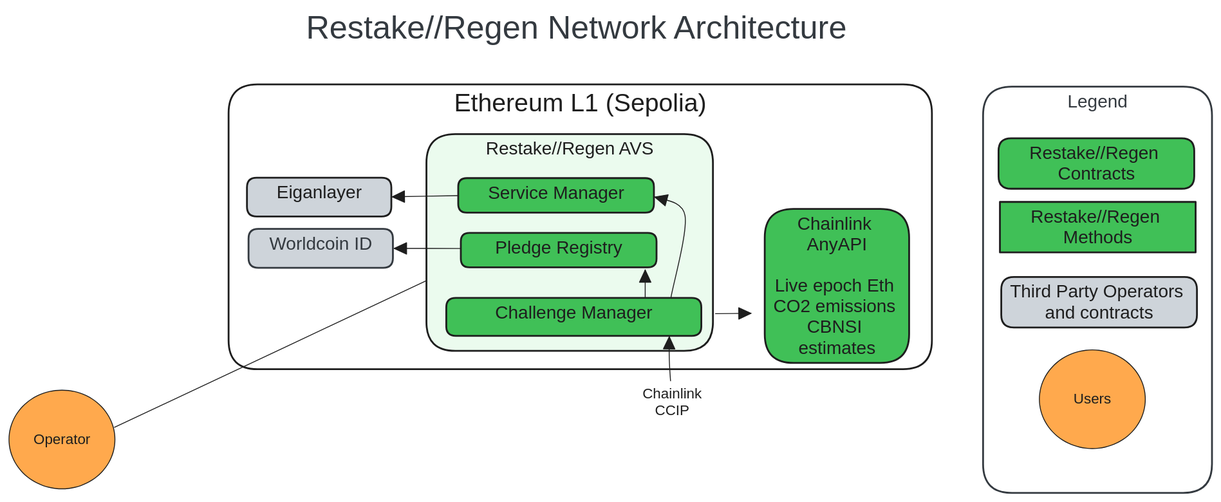
Before: figures/L1_network_diagram.excalidraw.svg, a diagram exported from Excalidraw (willemolding/Restake-Regen). Source tidied: one line per element, renumbered; positions are measured from the earlier drawing's top-left corner, leaving out a move shared by most shapes. Source of this version:
```json
{"id": 0, "type": "arrow", "strokeColor": "#1e1e1e", "strokeWidth": 1, "roughness": 0, "endArrowhead": "triangle", "round": true, "from": 22, "to": 11, "x": 117, "y": 464, "width": 382, "height": 180, "points": [[0, 0], [382, -180]]}
{"id": 1, "type": "rectangle", "strokeColor": "#1e1e1e", "strokeWidth": 2, "roughness": 0, "round": true, "x": 244, "y": 84, "width": 781, "height": 316}
{"id": 2, "type": "text", "text": "Ethereum L1 (Sepolia)", "strokeColor": "#1e1e1e", "strokeWidth": 2, "roughness": 0, "fontSize": 28, "fontFamily": 2, "textAlign": "center", "inside": 1, "x": 494, "y": 89, "width": 280, "height": 32}
{"id": 3, "type": "rectangle", "strokeColor": "#1e1e1e", "backgroundColor": "#ced4da", "fillStyle": "solid", "strokeWidth": 2, "roughness": 0, "round": true, "x": 264, "y": 187, "width": 160, "height": 43}
{"id": 4, "type": "text", "text": "Eiganlayer", "strokeColor": "#1e1e1e", "strokeWidth": 2, "roughness": 0, "fontSize": 20, "fontFamily": 2, "textAlign": "center", "inside": 3, "x": 297, "y": 192, "width": 95, "height": 23}
{"id": 5, "type": "rectangle", "strokeColor": "#1e1e1e", "backgroundColor": "#ebfbee", "fillStyle": "solid", "strokeWidth": 2, "roughness": 0, "round": true, "x": 463, "y": 139, "width": 318, "height": 241}
{"id": 6, "type": "text", "text": "Restake//Regen AVS\n\n\n\n", "strokeColor": "#1e1e1e", "strokeWidth": 2, "roughness": 0, "fontSize": 20, "fontFamily": 2, "textAlign": "center", "inside": 5, "x": 529, "y": 144, "width": 188, "height": 115}
{"id": 7, "type": "rectangle", "strokeColor": "#343a40", "backgroundColor": "#ced4da", "fillStyle": "solid", "strokeWidth": 2, "roughness": 0, "round": true, "x": 266, "y": 244, "width": 160, "height": 43}
{"id": 8, "type": "text", "text": "Worldcoin ID", "strokeColor": "#343a40", "strokeWidth": 2, "roughness": 0, "fontSize": 20, "fontFamily": 2, "textAlign": "center", "inside": 7, "x": 289, "y": 249, "width": 114, "height": 23}
{"id": 9, "type": "rectangle", "strokeColor": "#1e1e1e", "backgroundColor": "#40c057", "fillStyle": "solid", "strokeWidth": 2, "roughness": 0, "round": true, "x": 839, "y": 222, "width": 160, "height": 171}
{"id": 10, "type": "text", "text": "Chainlink \nAnyAPI\n\nLive epoch Eth \nCO2 emissions \nCBNSI \nestimates", "strokeColor": "#1e1e1e", "strokeWidth": 2, "roughness": 0, "fontSize": 20, "fontFamily": 2, "textAlign": "center", "inside": 9, "x": 848, "y": 227, "width": 141, "height": 161}
{"id": 11, "type": "rectangle", "strokeColor": "#1e1e1e", "backgroundColor": "#40c057", "fillStyle": "solid", "strokeWidth": 2, "roughness": 0, "round": true, "x": 502, "y": 248, "width": 217, "height": 38}
{"id": 12, "type": "text", "text": "Pledge Registry", "strokeColor": "#1e1e1e", "strokeWidth": 2, "roughness": 0, "fontSize": 20, "fontFamily": 2, "textAlign": "center", "inside": 11, "x": 540, "y": 253, "width": 141, "height": 23}
{"id": 13, "type": "rectangle", "strokeColor": "#1e1e1e", "backgroundColor": "#40c057", "fillStyle": "solid", "strokeWidth": 2, "roughness": 0, "round": true, "x": 499, "y": 188, "width": 217, "height": 38}
{"id": 14, "type": "text", "text": "Service Manager", "strokeColor": "#1e1e1e", "strokeWidth": 2, "roughness": 0, "fontSize": 20, "fontFamily": 2, "textAlign": "center", "inside": 13, "x": 532, "y": 193, "width": 151, "height": 23}
{"id": 15, "type": "rectangle", "strokeColor": "#1e1e1e", "backgroundColor": "#40c057", "fillStyle": "solid", "strokeWidth": 2, "roughness": 0, "round": true, "x": 485, "y": 321, "width": 283, "height": 42}
{"id": 16, "type": "text", "text": "Challenge Manager", "strokeColor": "#1e1e1e", "strokeWidth": 2, "roughness": 0, "fontSize": 20, "fontFamily": 2, "textAlign": "center", "inside": 15, "x": 540, "y": 326, "width": 175, "height": 23}
{"id": 17, "type": "arrow", "strokeColor": "#1e1e1e", "strokeWidth": 1, "roughness": 0, "endArrowhead": "triangle", "round": true, "from": 13, "to": 3, "x": 498, "y": 207, "width": 72, "height": 1, "points": [[0, 0], [-72, 1]]}
{"id": 18, "type": "arrow", "strokeColor": "#1e1e1e", "strokeWidth": 1, "roughness": 0, "endArrowhead": "triangle", "round": true, "from": 11, "to": 7, "x": 501, "y": 266, "width": 73, "height": 0, "points": [[0, 0], [-73, 0]]}
{"id": 19, "type": "arrow", "strokeColor": "#1e1e1e", "strokeWidth": 1, "roughness": 0, "endArrowhead": "triangle", "round": true, "from": 15, "to": 11, "x": 706, "y": 320, "width": 0, "height": 30, "points": [[0, 0], [0, -30]]}
{"id": 20, "type": "arrow", "strokeColor": "#1e1e1e", "strokeWidth": 1, "roughness": 0, "endArrowhead": "triangle", "round": true, "from": 15, "to": 9, "x": 784, "y": 338, "width": 39, "height": 0, "points": [[0, 0], [39, 0]]}
{"id": 21, "type": "arrow", "strokeColor": "#1e1e1e", "strokeWidth": 1, "roughness": 0, "endArrowhead": "triangle", "round": true, "to": 15, "x": 738, "y": 459, "width": 5, "height": 96, "points": [[0, 0], [-5, -64], [-5, -96]]}
{"id": 22, "type": "ellipse", "strokeColor": "#1e1e1e", "backgroundColor": "#ffa94d", "fillStyle": "solid", "strokeWidth": 1, "roughness": 0, "x": 0, "y": 423, "width": 118, "height": 110}
{"id": 23, "type": "text", "text": "Operator", "strokeColor": "#1e1e1e", "strokeWidth": 1, "roughness": 0, "fontSize": 16, "fontFamily": 2, "textAlign": "center", "verticalAlign": "middle", "inside": 22, "x": 27, "y": 468, "width": 63, "height": 18}
{"id": 24, "type": "rectangle", "strokeColor": "#1e1e1e", "backgroundColor": "#40c057", "fillStyle": "solid", "strokeWidth": 2, "roughness": 0, "round": true, "x": 1098, "y": 143, "width": 217, "height": 56}
{"id": 25, "type": "text", "text": "Restake//Regen \nContracts", "strokeColor": "#1e1e1e", "strokeWidth": 2, "roughness": 0, "fontSize": 20, "fontFamily": 2, "textAlign": "center", "inside": 24, "x": 1132, "y": 148, "width": 149, "height": 46}
{"id": 26, "type": "rectangle", "strokeColor": "#343a40", "strokeWidth": 2, "roughness": 0, "round": true, "x": 1081, "y": 86, "width": 254, "height": 451}
{"id": 27, "type": "text", "text": "Legend", "strokeColor": "#343a40", "strokeWidth": 2, "roughness": 0, "fontSize": 20, "fontFamily": 2, "textAlign": "center", "inside": 26, "x": 1175, "y": 91, "width": 67, "height": 23}
{"id": 28, "type": "rectangle", "strokeColor": "#1e1e1e", "backgroundColor": "#40c057", "fillStyle": "solid", "strokeWidth": 2, "roughness": 0, "x": 1100, "y": 214, "width": 217, "height": 56}
{"id": 29, "type": "text", "text": "Restake//Regen \nMethods", "strokeColor": "#1e1e1e", "strokeWidth": 2, "roughness": 0, "fontSize": 20, "fontFamily": 2, "textAlign": "center", "inside": 28, "x": 1134, "y": 219, "width": 149, "height": 46}
{"id": 30, "type": "ellipse", "strokeColor": "#1e1e1e", "backgroundColor": "#ffa94d", "fillStyle": "solid", "strokeWidth": 1, "roughness": 0, "x": 1144, "y": 378, "width": 118, "height": 110}
{"id": 31, "type": "text", "text": "Users", "strokeColor": "#1e1e1e", "strokeWidth": 1, "roughness": 0, "fontSize": 16, "fontFamily": 2, "textAlign": "center", "verticalAlign": "middle", "inside": 30, "x": 1182, "y": 424, "width": 42, "height": 18}
{"id": 32, "type": "rectangle", "strokeColor": "#1e1e1e", "backgroundColor": "#ced4da", "fillStyle": "solid", "strokeWidth": 2, "roughness": 0, "round": true, "x": 1101, "y": 297, "width": 217, "height": 56}
{"id": 33, "type": "text", "text": "Third Party Operators \nand contracts", "strokeColor": "#1e1e1e", "strokeWidth": 2, "roughness": 0, "fontSize": 20, "fontFamily": 2, "textAlign": "center", "inside": 32, "x": 1111, "y": 302, "width": 198, "height": 46}
{"id": 34, "type": "rectangle", "strokeColor": "transparent", "backgroundColor": "#ffffff", "fillStyle": "solid", "strokeWidth": 1, "roughness": 0, "x": 687, "y": 413, "width": 98, "height": 47}
{"id": 35, "type": "text", "text": "Chainlink\nCCIP", "strokeColor": "#1e1e1e", "backgroundColor": "#ffffff", "fillStyle": "solid", "strokeWidth": 1, "roughness": 0, "fontSize": 16, "fontFamily": 2, "textAlign": "center", "verticalAlign": "middle", "inside": 34, "x": 703, "y": 418, "width": 66, "height": 37}
{"id": 36, "type": "text", "text": "Restake//Regen Network Architecture", "strokeColor": "#343a40", "backgroundColor": "#ced4da", "fillStyle": "solid", "strokeWidth": 1, "roughness": 0, "fontSize": 36, "fontFamily": 2, "textAlign": "center", "x": 329, "y": 0, "width": 602, "height": 41}
{"id": 37, "type": "arrow", "strokeColor": "#1e1e1e", "strokeWidth": 1, "roughness": 0, "endArrowhead": "triangle", "round": true, "from": 15, "to": 13, "x": 735, "y": 319, "width": 34, "height": 111, "points": [[0, 0], [16, -90], [-18, -111]]}
```
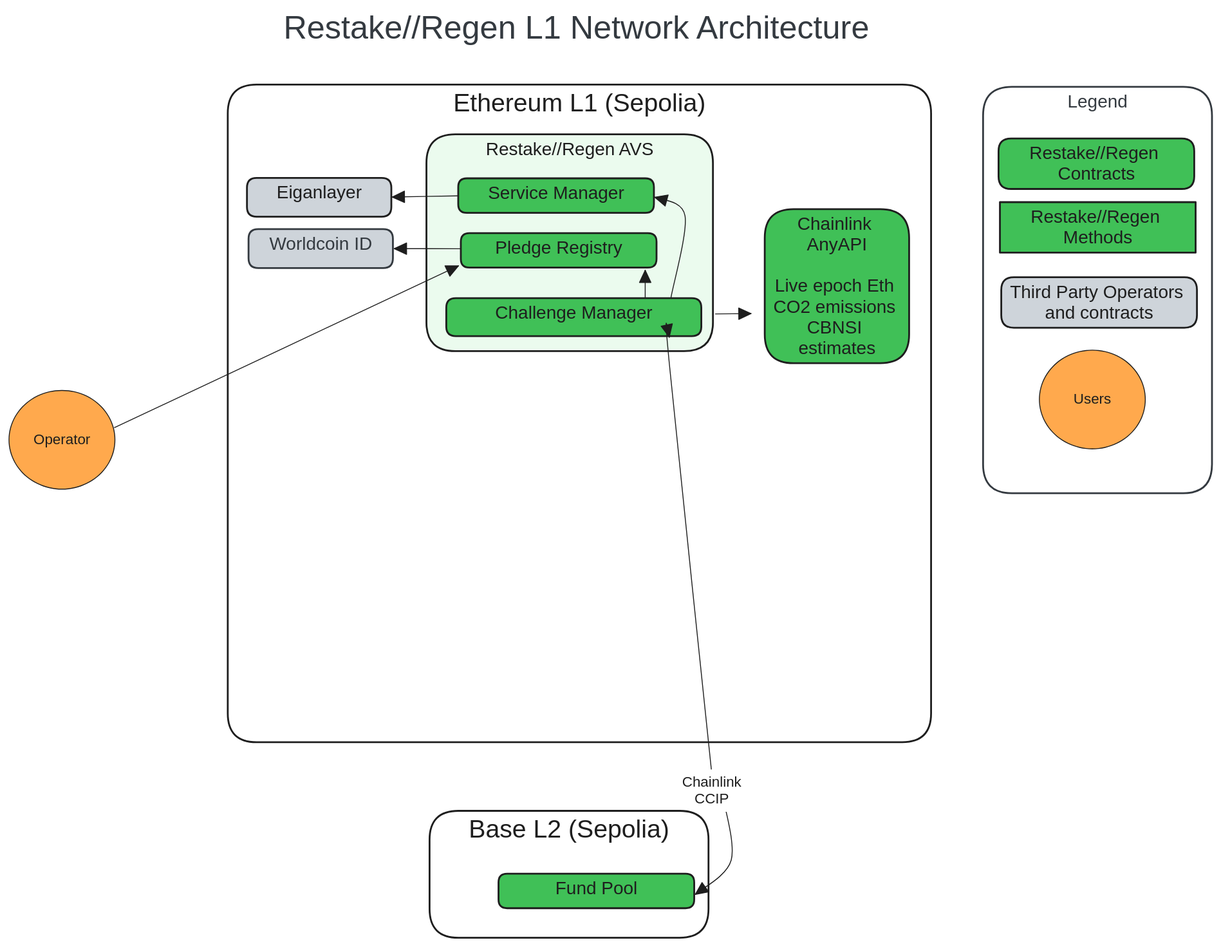
Later version of the same file.

Commit message:
Starting on  L1 and L2network diagrams

What changed in the source:
```diff
@@ -1,6 +1,6 @@
-{"id": 0, "type": "arrow", "strokeColor": "#1e1e1e", "strokeWidth": 1, "roughness": 0, "endArrowhead": "triangle", "round": true, "from": 22, "to": 11, "x": 117, "y": 464, "width": 382, "height": 180, "points": [[0, 0], [382, -180]]}
+{"id": 38, "type": "arrow", "strokeColor": "#1e1e1e", "strokeWidth": 1, "roughness": 0, "endArrowhead": "triangle", "round": true, "from": 39, "to": 41, "x": 792, "y": 872, "width": 40, "height": 110, "points": [[0, 0], [10, 72], [-30, 110]]}
-{"id": 1, "type": "rectangle", "strokeColor": "#1e1e1e", "strokeWidth": 2, "roughness": 0, "round": true, "x": 244, "y": 84, "width": 781, "height": 316}
+{"id": 1, "type": "rectangle", "strokeColor": "#1e1e1e", "strokeWidth": 2, "roughness": 0, "round": true, "x": 243, "y": 84, "width": 781, "height": 730}
-{"id": 2, "type": "text", "text": "Ethereum L1 (Sepolia)", "strokeColor": "#1e1e1e", "strokeWidth": 2, "roughness": 0, "fontSize": 28, "fontFamily": 2, "textAlign": "center", "inside": 1, "x": 494, "y": 89, "width": 280, "height": 32}
+{"id": 2, "type": "text", "text": "Ethereum L1 (Sepolia)", "strokeColor": "#1e1e1e", "strokeWidth": 2, "roughness": 0, "fontSize": 28, "fontFamily": 2, "textAlign": "center", "inside": 1, "x": 493, "y": 89, "width": 280, "height": 32}
 {"id": 3, "type": "rectangle", "strokeColor": "#1e1e1e", "backgroundColor": "#ced4da", "fillStyle": "solid", "strokeWidth": 2, "roughness": 0, "round": true, "x": 264, "y": 187, "width": 160, "height": 43}
 {"id": 4, "type": "text", "text": "Eiganlayer", "strokeColor": "#1e1e1e", "strokeWidth": 2, "roughness": 0, "fontSize": 20, "fontFamily": 2, "textAlign": "center", "inside": 3, "x": 297, "y": 192, "width": 95, "height": 23}
 {"id": 5, "type": "rectangle", "strokeColor": "#1e1e1e", "backgroundColor": "#ebfbee", "fillStyle": "solid", "strokeWidth": 2, "roughness": 0, "round": true, "x": 463, "y": 139, "width": 318, "height": 241}
@@ -19,7 +19,7 @@
 {"id": 18, "type": "arrow", "strokeColor": "#1e1e1e", "strokeWidth": 1, "roughness": 0, "endArrowhead": "triangle", "round": true, "from": 11, "to": 7, "x": 501, "y": 266, "width": 73, "height": 0, "points": [[0, 0], [-73, 0]]}
 {"id": 19, "type": "arrow", "strokeColor": "#1e1e1e", "strokeWidth": 1, "roughness": 0, "endArrowhead": "triangle", "round": true, "from": 15, "to": 11, "x": 706, "y": 320, "width": 0, "height": 30, "points": [[0, 0], [0, -30]]}
 {"id": 20, "type": "arrow", "strokeColor": "#1e1e1e", "strokeWidth": 1, "roughness": 0, "endArrowhead": "triangle", "round": true, "from": 15, "to": 9, "x": 784, "y": 338, "width": 39, "height": 0, "points": [[0, 0], [39, 0]]}
-{"id": 21, "type": "arrow", "strokeColor": "#1e1e1e", "strokeWidth": 1, "roughness": 0, "endArrowhead": "triangle", "round": true, "to": 15, "x": 738, "y": 459, "width": 5, "height": 96, "points": [[0, 0], [-5, -64], [-5, -96]]}
+{"id": 21, "type": "arrow", "strokeColor": "#1e1e1e", "strokeWidth": 1, "roughness": 0, "endArrowhead": "triangle", "round": true, "from": 39, "to": 15, "x": 784, "y": 886, "width": 51, "height": 522, "points": [[0, 0], [-51, -490], [-51, -522]]}
 {"id": 22, "type": "ellipse", "strokeColor": "#1e1e1e", "backgroundColor": "#ffa94d", "fillStyle": "solid", "strokeWidth": 1, "roughness": 0, "x": 0, "y": 423, "width": 118, "height": 110}
 {"id": 23, "type": "text", "text": "Operator", "strokeColor": "#1e1e1e", "strokeWidth": 1, "roughness": 0, "fontSize": 16, "fontFamily": 2, "textAlign": "center", "verticalAlign": "middle", "inside": 22, "x": 27, "y": 468, "width": 63, "height": 18}
 {"id": 24, "type": "rectangle", "strokeColor": "#1e1e1e", "backgroundColor": "#40c057", "fillStyle": "solid", "strokeWidth": 2, "roughness": 0, "round": true, "x": 1098, "y": 143, "width": 217, "height": 56}
@@ -32,7 +32,12 @@
 {"id": 31, "type": "text", "text": "Users", "strokeColor": "#1e1e1e", "strokeWidth": 1, "roughness": 0, "fontSize": 16, "fontFamily": 2, "textAlign": "center", "verticalAlign": "middle", "inside": 30, "x": 1182, "y": 424, "width": 42, "height": 18}
 {"id": 32, "type": "rectangle", "strokeColor": "#1e1e1e", "backgroundColor": "#ced4da", "fillStyle": "solid", "strokeWidth": 2, "roughness": 0, "round": true, "x": 1101, "y": 297, "width": 217, "height": 56}
 {"id": 33, "type": "text", "text": "Third Party Operators \nand contracts", "strokeColor": "#1e1e1e", "strokeWidth": 2, "roughness": 0, "fontSize": 20, "fontFamily": 2, "textAlign": "center", "inside": 32, "x": 1111, "y": 302, "width": 198, "height": 46}
-{"id": 34, "type": "rectangle", "strokeColor": "transparent", "backgroundColor": "#ffffff", "fillStyle": "solid", "strokeWidth": 1, "roughness": 0, "x": 687, "y": 413, "width": 98, "height": 47}
+{"id": 34, "type": "rectangle", "strokeColor": "transparent", "backgroundColor": "#ffffff", "fillStyle": "solid", "strokeWidth": 1, "roughness": 0, "x": 731, "y": 844, "width": 98, "height": 47}
-{"id": 35, "type": "text", "text": "Chainlink\nCCIP", "strokeColor": "#1e1e1e", "backgroundColor": "#ffffff", "fillStyle": "solid", "strokeWidth": 1, "roughness": 0, "fontSize": 16, "fontFamily": 2, "textAlign": "center", "verticalAlign": "middle", "inside": 34, "x": 703, "y": 418, "width": 66, "height": 37}
+{"id": 35, "type": "text", "text": "Chainlink\nCCIP", "strokeColor": "#1e1e1e", "backgroundColor": "#ffffff", "fillStyle": "solid", "strokeWidth": 1, "roughness": 0, "fontSize": 16, "fontFamily": 2, "textAlign": "center", "verticalAlign": "middle", "inside": 34, "x": 747, "y": 849, "width": 66, "height": 37}
-{"id": 36, "type": "text", "text": "Restake//Regen Network Architecture", "strokeColor": "#343a40", "backgroundColor": "#ced4da", "fillStyle": "solid", "strokeWidth": 1, "roughness": 0, "fontSize": 36, "fontFamily": 2, "textAlign": "center", "x": 329, "y": 0, "width": 602, "height": 41}
+{"id": 36, "type": "text", "text": "Restake//Regen L1 Network Architecture", "strokeColor": "#343a40", "backgroundColor": "#ced4da", "fillStyle": "solid", "strokeWidth": 1, "roughness": 0, "fontSize": 36, "fontFamily": 2, "textAlign": "center", "x": 304, "y": 0, "width": 652, "height": 41}
 {"id": 37, "type": "arrow", "strokeColor": "#1e1e1e", "strokeWidth": 1, "roughness": 0, "endArrowhead": "triangle", "round": true, "from": 15, "to": 13, "x": 735, "y": 319, "width": 34, "height": 111, "points": [[0, 0], [16, -90], [-18, -111]]}
+{"id": 0, "type": "arrow", "strokeColor": "#1e1e1e", "strokeWidth": 1, "roughness": 0, "endArrowhead": "triangle", "round": true, "from": 22, "to": 11, "x": 117, "y": 464, "width": 382, "height": 180, "points": [[0, 0], [382, -180]]}
+{"id": 39, "type": "rectangle", "strokeColor": "#1e1e1e", "strokeWidth": 2, "roughness": 0, "round": true, "x": 467, "y": 890, "width": 310, "height": 141}
+{"id": 40, "type": "text", "text": "Base L2 (Sepolia)", "strokeColor": "#1e1e1e", "strokeWidth": 2, "roughness": 0, "fontSize": 28, "fontFamily": 2, "textAlign": "center", "inside": 39, "x": 510, "y": 895, "width": 223, "height": 32}
+{"id": 41, "type": "rectangle", "strokeColor": "#1e1e1e", "backgroundColor": "#40c057", "fillStyle": "solid", "strokeWidth": 2, "roughness": 0, "round": true, "x": 543, "y": 959, "width": 217, "height": 38}
+{"id": 42, "type": "text", "text": "Fund Pool", "strokeColor": "#1e1e1e", "strokeWidth": 2, "roughness": 0, "fontSize": 20, "fontFamily": 2, "textAlign": "center", "inside": 41, "x": 606, "y": 964, "width": 91, "height": 23}
```
